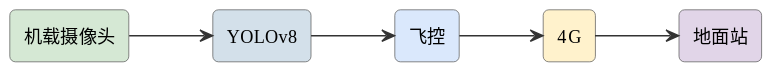
Above: assets/diagrams/ideas-fig42.svg in mingyi0818/IntelligentMcuCourse (PlantUML), before the change.
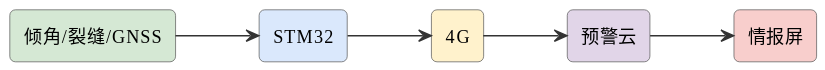
After the change.

What changed in the source:
```diff
@@ -6,13 +6,13 @@
 skinparam arrowFontSize 11
 skinparam arrowColor #333
 left to right direction
-rectangle "机载摄像头" as cam #d5e8d4
-rectangle "YOLOv8" as ai #d3e0ea
-rectangle "飞控" as fc #dae8fc
+rectangle "倾角/裂缝/GNSS" as s #d5e8d4
+rectangle "STM32" as stm #dae8fc
 rectangle "4G" as g #fff2cc
-rectangle "地面站" as gs #e1d5e8
-cam --> ai
-ai --> fc
-fc --> g
-g --> gs
+rectangle "预警云" as cloud #e1d5e8
+rectangle "情报屏" as scr #f8cecc
+s --> stm
+stm --> g
+g --> cloud
+cloud --> scr
 @enduml
```
